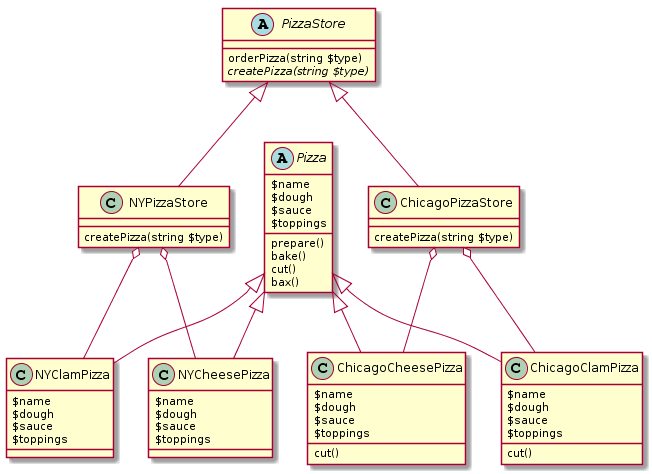
Before: img/FactoryMethod.png, a diagram exported from PlantUML (kin29/HeadFirstDezaPata). Its diagram source:
```plantuml
@startuml
ChicagoPizzaStore o--ChicagoCheesePizza
ChicagoPizzaStore o--ChicagoClamPizza
NYPizzaStore o-- NYClamPizza
NYPizzaStore o-- NYCheesePizza

abstract class Pizza
{
{field}$name
{field}$dough
{field}$sauce
{field}$toppings
{method}prepare()
{method}bake()
{method}cut()
{method}bax()
}

class ChicagoCheesePizza extends Pizza
{
{field}$name
{field}$dough
{field}$sauce
{field}$toppings
{method}cut()
}

class ChicagoClamPizza extends Pizza
{
{field}$name
{field}$dough
{field}$sauce
{field}$toppings
{method}cut()
}

class NYCheesePizza extends Pizza
{
{field}$name
{field}$dough
{field}$sauce
{field}$toppings
}

class NYClamPizza extends Pizza
{
{field}$name
{field}$dough
{field}$sauce
{field}$toppings
}

abstract class PizzaStore
{
{method}orderPizza(string $type)
{abstract}createPizza(string $type)
}

class NYPizzaStore extends PizzaStore
{
{method}createPizza(string $type)
}

class ChicagoPizzaStore extends PizzaStore
{
{method}createPizza(string $type)
}
@enduml
```
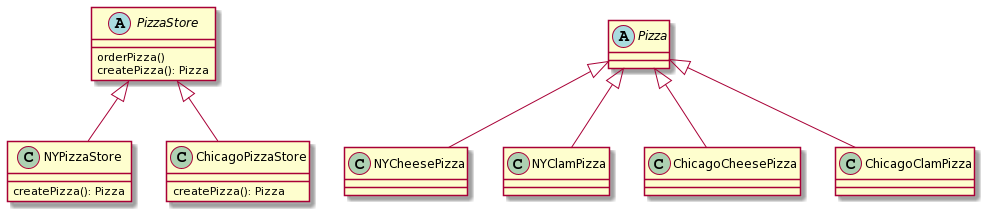
The same diagram one commit later.

Commit message:
FactoryMethodのクラス図変更

The edit, as a diff of the source:
```diff
@@ -1,68 +1,28 @@
 @startuml
-ChicagoPizzaStore o--ChicagoCheesePizza
-ChicagoPizzaStore o--ChicagoClamPizza
-NYPizzaStore o-- NYClamPizza
-NYPizzaStore o-- NYCheesePizza
-
-abstract class Pizza
+abstract PizzaStore
 {
-{field}$name
-{field}$dough
-{field}$sauce
-{field}$toppings
-{method}prepare()
-{method}bake()
-{method}cut()
-{method}bax()
+orderPizza()
+createPizza(): Pizza
 }
 
-class ChicagoCheesePizza extends Pizza
+class NYPizzaStore
 {
-{field}$name
-{field}$dough
-{field}$sauce
-{field}$toppings
-{method}cut()
+createPizza(): Pizza
 }
 
-class ChicagoClamPizza extends Pizza
+class ChicagoPizzaStore
 {
-{field}$name
-{field}$dough
-{field}$sauce
-{field}$toppings
-{method}cut()
+createPizza(): Pizza
 }
 
-class NYCheesePizza extends Pizza
-{
-{field}$name
-{field}$dough
-{field}$sauce
-{field}$toppings
-}
+PizzaStore<|-- NYPizzaStore
+PizzaStore<|-- ChicagoPizzaStore
 
-class NYClamPizza extends Pizza
-{
-{field}$name
-{field}$dough
-{field}$sauce
-{field}$toppings
-}
+abstract Pizza
 
-abstract class PizzaStore
-{
-{method}orderPizza(string $type)
-{abstract}createPizza(string $type)
-}
+Pizza<|--NYCheesePizza
+Pizza<|--NYClamPizza
 
-class NYPizzaStore extends PizzaStore
-{
-{method}createPizza(string $type)
-}
-
-class ChicagoPizzaStore extends PizzaStore
-{
-{method}createPizza(string $type)
-}
+Pizza<|--ChicagoCheesePizza
+Pizza<|--ChicagoClamPizza
 @enduml
```
